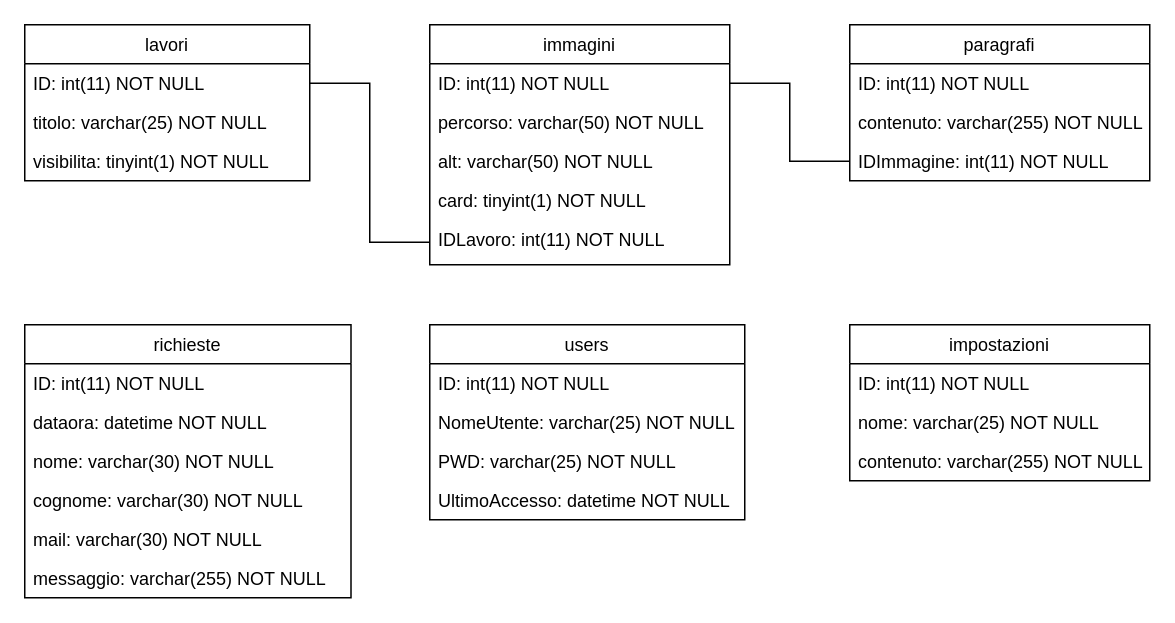
This is Set-up/dbtecweb.drawio from httpedo13/progettotecweb, a draw.io file, before an edit. Source tidied: cells renumbered, new cells numbered last; positions are measured from the earlier drawing's top-left corner, leaving out a move shared by most shapes. Both pictures are drawn from the tidied source at 150%, with x=0, y=0 at pixel (24, 24).
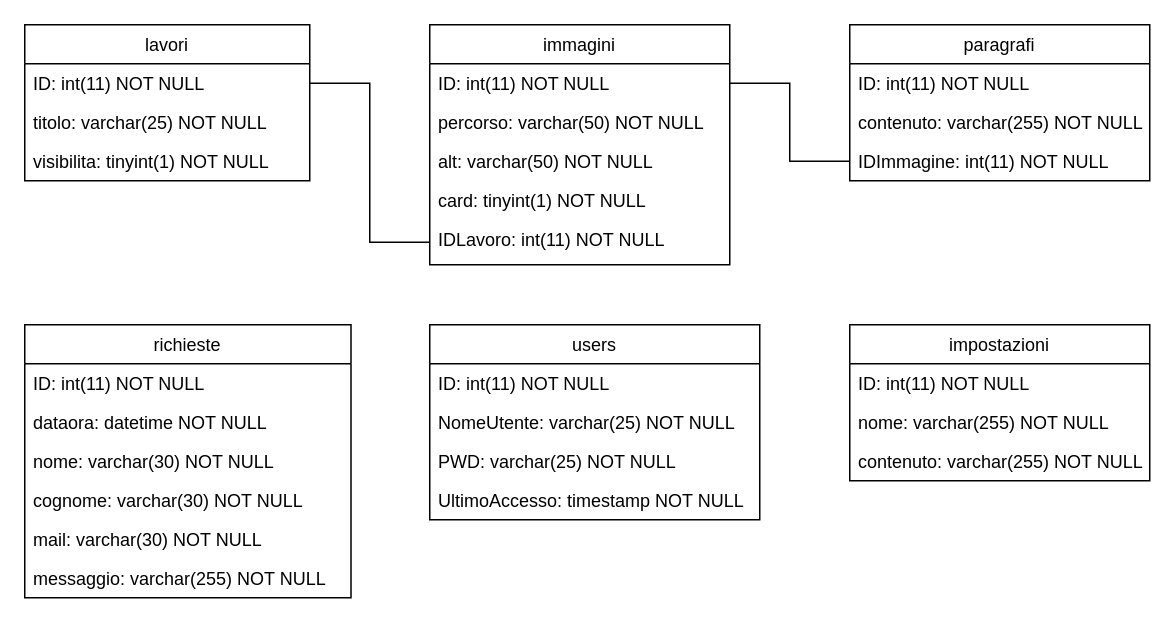
The same page after the edit.

Unchanged cells that the change refers to:
```xml
<mxCell id="13" value="impostazioni" style="swimlane;fontStyle=0;horizontal=1;startSize=26;fillColor=none;" parent="1" vertex="1">
  <mxGeometry x="550" y="200" width="200" height="104" as="geometry" />
</mxCell>
```

The edit, as a diff of the source:
```diff
@@
-    <mxCell id="15" value="nome: varchar(25) NOT NULL" style="text;strokeColor=none;fillColor=none;align=left;verticalAlign=top;spacingLeft=4;spacingRight=4;overflow=hidden;" parent="13" vertex="1">
+    <mxCell id="15" value="nome: varchar(255) NOT NULL" style="text;strokeColor=none;fillColor=none;align=left;verticalAlign=top;spacingLeft=4;spacingRight=4;overflow=hidden;" parent="13" vertex="1">
       <mxGeometry y="52" width="200" height="26" as="geometry" />
     </mxCell>
@@
     <mxCell id="24" value="users" style="swimlane;fontStyle=0;horizontal=1;startSize=26;fillColor=none;" parent="1" vertex="1">
-      <mxGeometry x="270" y="200" width="210" height="130" as="geometry" />
+      <mxGeometry x="270" y="200" width="220" height="130" as="geometry" />
     </mxCell>
     <mxCell id="25" value="ID: int(11) NOT NULL" style="text;strokeColor=none;fillColor=none;align=left;verticalAlign=top;spacingLeft=4;spacingRight=4;overflow=hidden;" parent="24" vertex="1">
-      <mxGeometry y="26" width="210" height="26" as="geometry" />
+      <mxGeometry y="26" width="220" height="26" as="geometry" />
     </mxCell>
     <mxCell id="26" value="NomeUtente: varchar(25) NOT NULL" style="text;strokeColor=none;fillColor=none;align=left;verticalAlign=top;spacingLeft=4;spacingRight=4;overflow=hidden;" parent="24" vertex="1">
-      <mxGeometry y="52" width="210" height="26" as="geometry" />
+      <mxGeometry y="52" width="220" height="26" as="geometry" />
     </mxCell>
     <mxCell id="27" value="PWD: varchar(25) NOT NULL" style="text;strokeColor=none;fillColor=none;align=left;verticalAlign=top;spacingLeft=4;spacingRight=4;overflow=hidden;" parent="24" vertex="1">
-      <mxGeometry y="78" width="210" height="26" as="geometry" />
+      <mxGeometry y="78" width="220" height="26" as="geometry" />
     </mxCell>
-    <mxCell id="28" value="UltimoAccesso: datetime NOT NULL" style="text;strokeColor=none;fillColor=none;align=left;verticalAlign=top;spacingLeft=4;spacingRight=4;overflow=hidden;" parent="24" vertex="1">
-      <mxGeometry y="104" width="210" height="26" as="geometry" />
+    <mxCell id="28" value="UltimoAccesso: timestamp NOT NULL" style="text;strokeColor=none;fillColor=none;align=left;verticalAlign=top;spacingLeft=4;spacingRight=4;overflow=hidden;" parent="24" vertex="1">
+      <mxGeometry y="104" width="220" height="26" as="geometry" />
     </mxCell>
```
